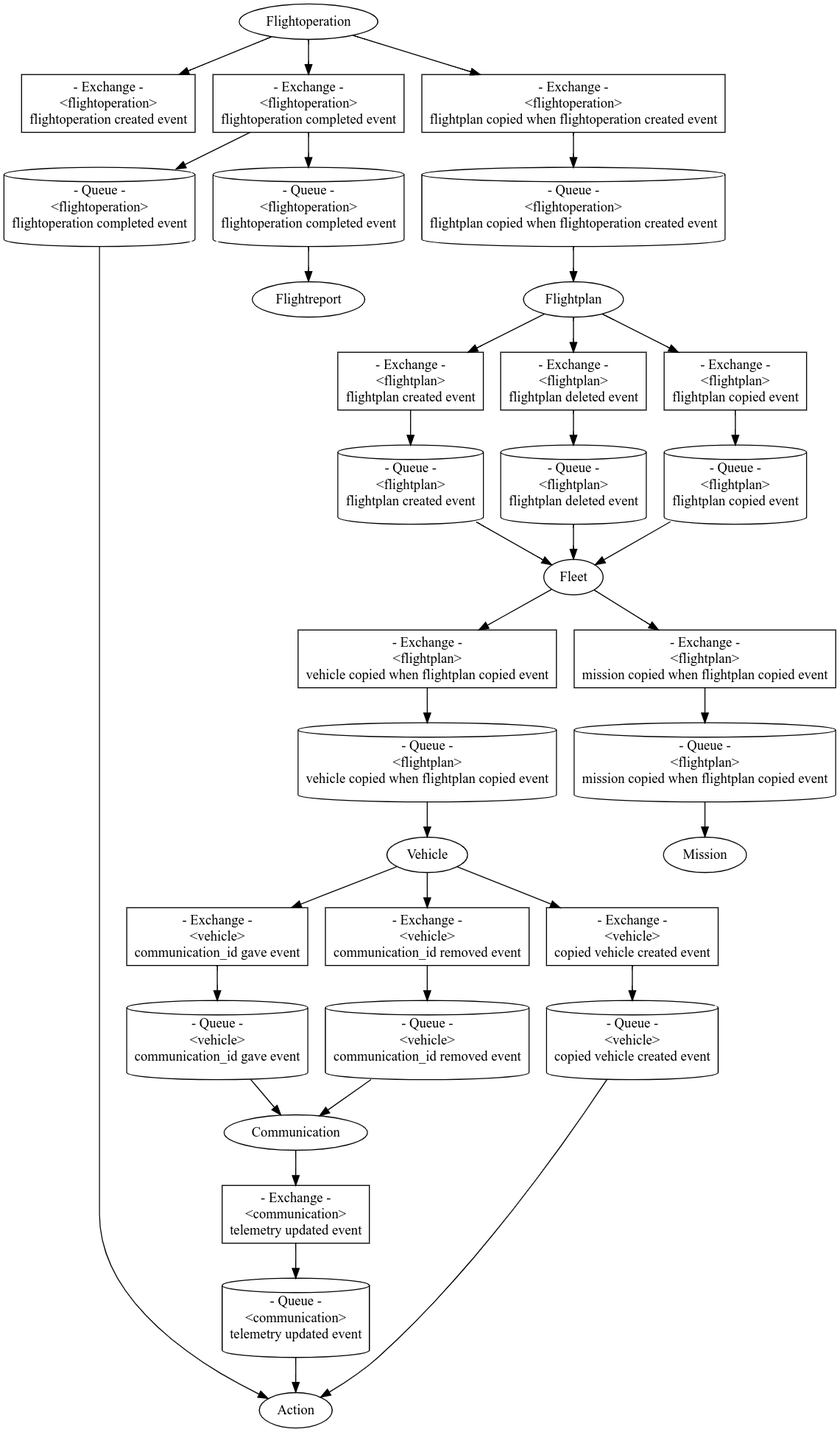
This is assets/generated/event.png from Tomofiles/skysign_cloud_v2, a Graphviz export, as it was before one commit. Its source is kept beside it as assets/event.gv.
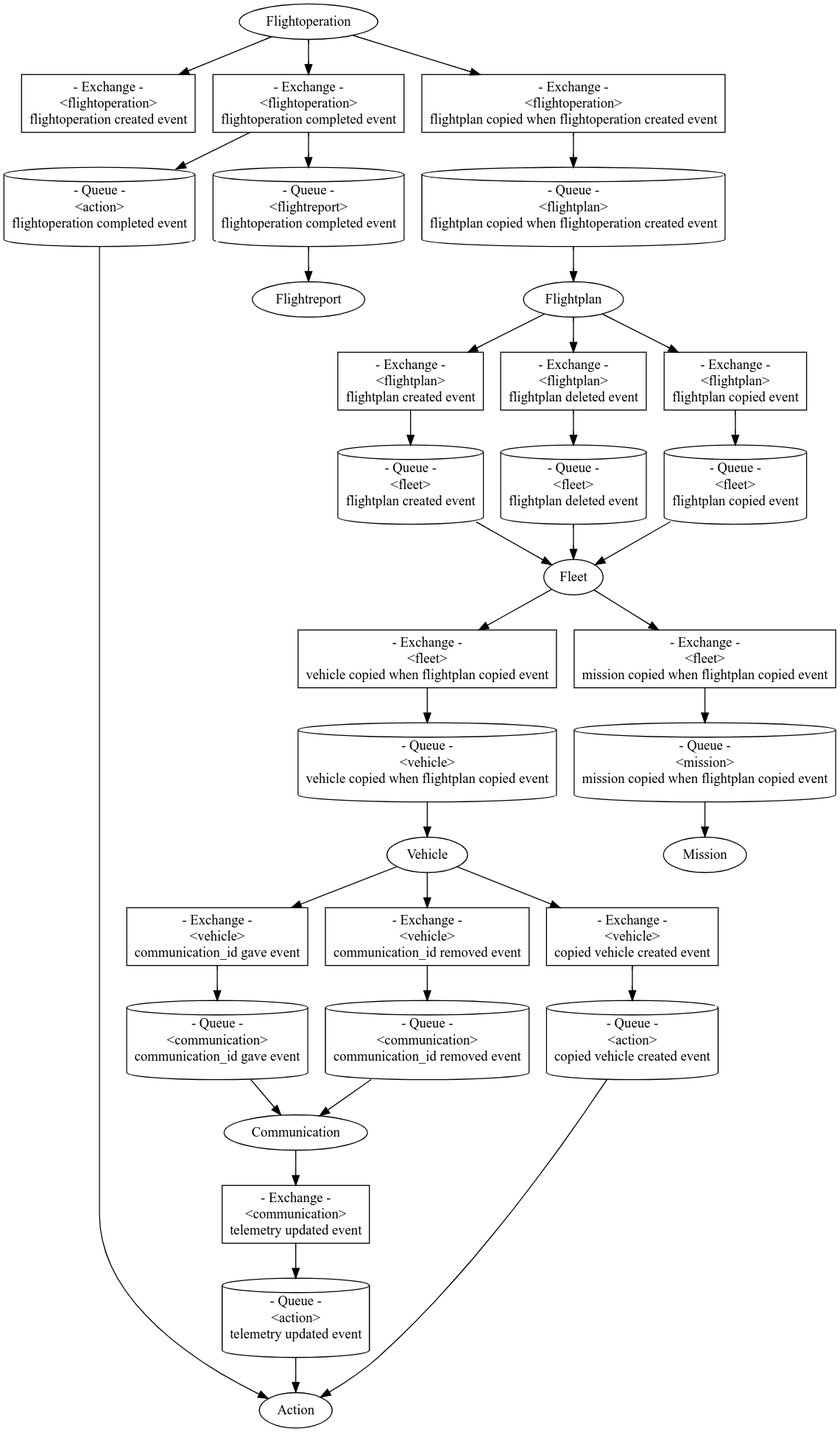
Above is the later version.

Commit message:
RabbitMQのドメインイベントのExchange名とQueue名を整理（イベント関連図）

What changed in the source:
```diff
@@ -5,33 +5,33 @@
     VehicleExchange1 [label="- Exchange -\n<vehicle>\ncommunication_id gave event", shape=Box];
     VehicleExchange2 [label="- Exchange -\n<vehicle>\ncommunication_id removed event", shape=Box];
     VehicleExchange3 [label="- Exchange -\n<vehicle>\ncopied vehicle created event", shape=Box];
-    VehicleQueue1 [label="- Queue -\n<flightplan>\nvehicle copied when flightplan copied event", shape=cylinder];
+    VehicleQueue1 [label="- Queue -\n<vehicle>\nvehicle copied when flightplan copied event", shape=cylinder];
 
     Communication [label="Communication"]
     CommunicationExchange1 [label="- Exchange -\n<communication>\ntelemetry updated event", shape=Box];
-    CommunicationQueue1 [label="- Queue -\n<vehicle>\ncommunication_id gave event", shape=cylinder];
-    CommunicationQueue2 [label="- Queue -\n<vehicle>\ncommunication_id removed event", shape=cylinder];
+    CommunicationQueue1 [label="- Queue -\n<communication>\ncommunication_id gave event", shape=cylinder];
+    CommunicationQueue2 [label="- Queue -\n<communication>\ncommunication_id removed event", shape=cylinder];
 
     Action [label="Action"]
-    ActionQueue1 [label="- Queue -\n<vehicle>\ncopied vehicle created event", shape=cylinder];
-    ActionQueue2 [label="- Queue -\n<communication>\ntelemetry updated event", shape=cylinder];
-    ActionQueue3 [label="- Queue -\n<flightoperation>\nflightoperation completed event", shape=cylinder];
+    ActionQueue1 [label="- Queue -\n<action>\ncopied vehicle created event", shape=cylinder];
+    ActionQueue2 [label="- Queue -\n<action>\ntelemetry updated event", shape=cylinder];
+    ActionQueue3 [label="- Queue -\n<action>\nflightoperation completed event", shape=cylinder];
 
     Mission [label="Mission"]
-    MissionQueue1 [label="- Queue -\n<flightplan>\nmission copied when flightplan copied event", shape=cylinder];
+    MissionQueue1 [label="- Queue -\n<mission>\nmission copied when flightplan copied event", shape=cylinder];
 
     Flightplan [label="Flightplan"]
     FlightplanExchange1 [label="- Exchange -\n<flightplan>\nflightplan created event", shape=Box];
     FlightplanExchange2 [label="- Exchange -\n<flightplan>\nflightplan deleted event", shape=Box];
     FlightplanExchange3 [label="- Exchange -\n<flightplan>\nflightplan copied event", shape=Box];
-    FlightplanQueue1 [label="- Queue -\n<flightoperation>\nflightplan copied when flightoperation created event", shape=cylinder];
+    FlightplanQueue1 [label="- Queue -\n<flightplan>\nflightplan copied when flightoperation created event", shape=cylinder];
 
     Fleet [label="Fleet"]
-    FleetExchange1 [label="- Exchange -\n<flightplan>\nvehicle copied when flightplan copied event", shape=Box];
-    FleetExchange2 [label="- Exchange -\n<flightplan>\nmission copied when flightplan copied event", shape=Box];
-    FleetQueue1 [label="- Queue -\n<flightplan>\nflightplan created event", shape=cylinder];
-    FleetQueue2 [label="- Queue -\n<flightplan>\nflightplan deleted event", shape=cylinder];
-    FleetQueue3 [label="- Queue -\n<flightplan>\nflightplan copied event", shape=cylinder];
+    FleetExchange1 [label="- Exchange -\n<fleet>\nvehicle copied when flightplan copied event", shape=Box];
+    FleetExchange2 [label="- Exchange -\n<fleet>\nmission copied when flightplan copied event", shape=Box];
+    FleetQueue1 [label="- Queue -\n<fleet>\nflightplan created event", shape=cylinder];
+    FleetQueue2 [label="- Queue -\n<fleet>\nflightplan deleted event", shape=cylinder];
+    FleetQueue3 [label="- Queue -\n<fleet>\nflightplan copied event", shape=cylinder];
 
     Flightoperation [label="Flightoperation"]
     FlightoperationExchange1 [label="- Exchange -\n<flightoperation>\nflightoperation created event", shape=Box];
@@ -39,7 +39,7 @@
     FlightoperationExchange3 [label="- Exchange -\n<flightoperation>\nflightplan copied when flightoperation created event", shape=Box];
 
     Flightreport [label="Flightreport"]
-    FlightreportQueue1 [label="- Queue -\n<flightoperation>\nflightoperation completed event", shape=cylinder];
+    FlightreportQueue1 [label="- Queue -\n<flightreport>\nflightoperation completed event", shape=cylinder];
 
     Vehicle -> VehicleExchange1;
     Vehicle -> VehicleExchange2;
```
